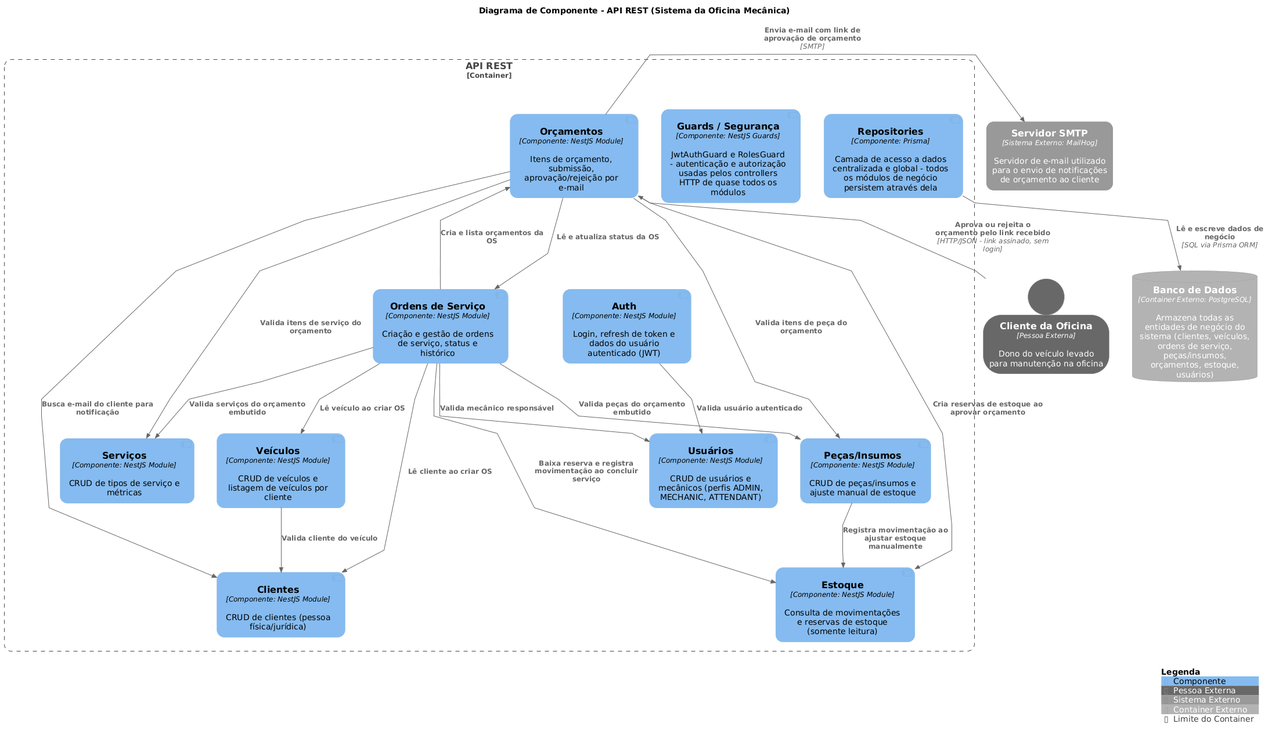
Earlier version of the PlantUML export docs/c4/images/c4-component.png (FIAP-15SOAT/oficina-mecanica-app).
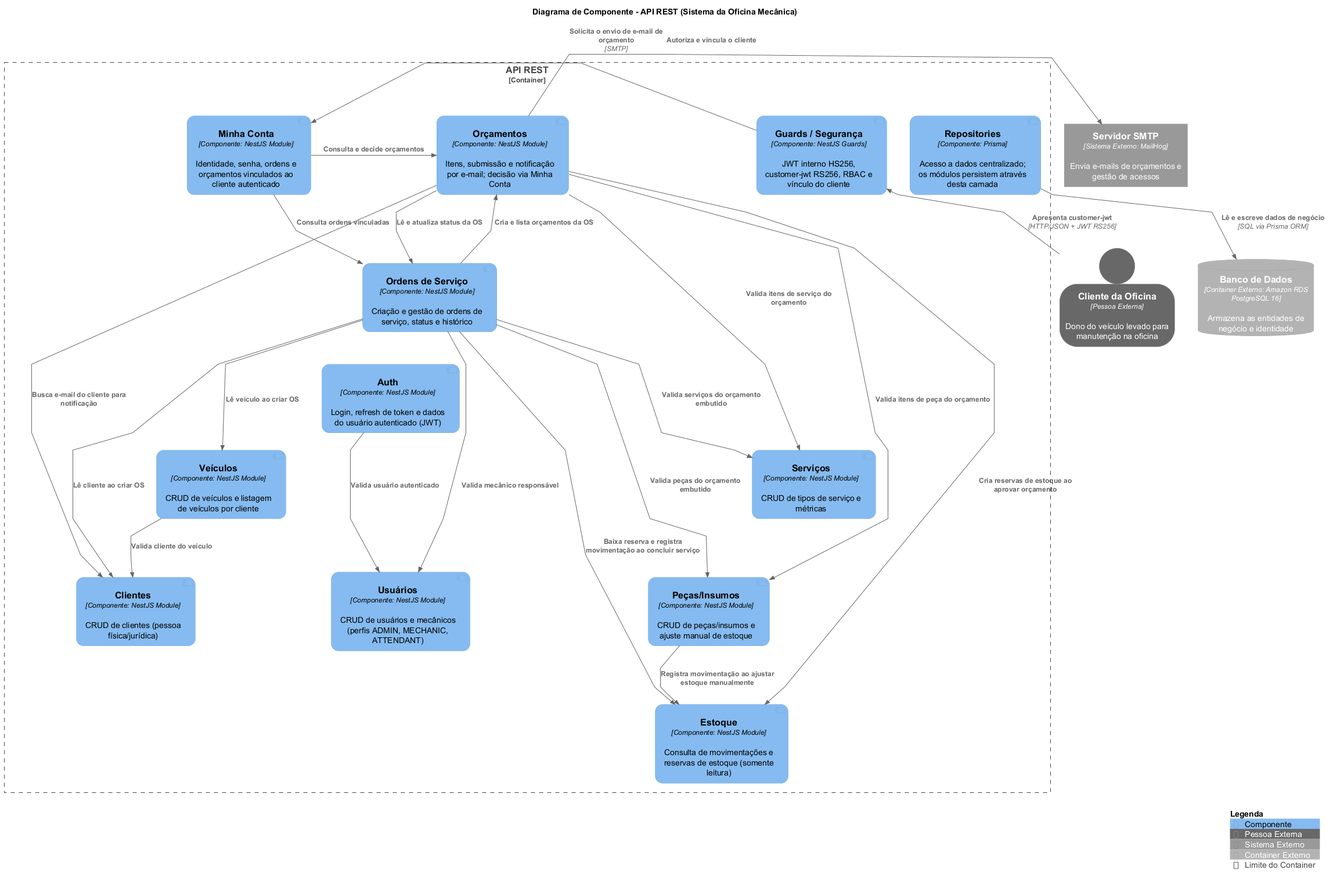
The same diagram one commit later.

The edit, as a diff of the source:
```diff
@@ -1,5 +1,5 @@
 @startuml c4-component
-!include lib/C4-PlantUML/C4_Component.puml
+!includeurl https://raw.githubusercontent.com/plantuml-stdlib/C4-PlantUML/v2.14.0/C4_Component.puml
 
 !$LEGEND_TITLE_TEXT = "Legenda"
 UpdateElementStyle("component", $legendText="Componente")
@@ -26,7 +26,6 @@
 title Diagrama de Componente - API REST (Sistema da Oficina Mecânica)
 
 Person_Ext(cliente, "Cliente da Oficina", "Dono do veículo levado para manutenção na oficina")
-
 Container_Boundary(api, "API REST") {
     Component(auth, "Auth", "NestJS Module", "Login, refresh de token e dados do usuário autenticado (JWT)", $baseShape="component")
     Component(user, "Usuários", "NestJS Module", "CRUD de usuários e mecânicos (perfis ADMIN, MECHANIC, ATTENDANT)", $baseShape="component")
@@ -35,22 +34,21 @@
     Component(service, "Serviços", "NestJS Module", "CRUD de tipos de serviço e métricas", $baseShape="component")
     Component(partSupply, "Peças/Insumos", "NestJS Module", "CRUD de peças/insumos e ajuste manual de estoque", $baseShape="component")
     Component(workOrder, "Ordens de Serviço", "NestJS Module", "Criação e gestão de ordens de serviço, status e histórico", $baseShape="component")
-    Component(quote, "Orçamentos", "NestJS Module", "Itens de orçamento, submissão, aprovação/rejeição por e-mail", $baseShape="component")
+    Component(quote, "Orçamentos", "NestJS Module", "Itens, submissão e notificação por e-mail; decisão via Minha Conta", $baseShape="component")
     Component(stock, "Estoque", "NestJS Module", "Consulta de movimentações e reservas de estoque (somente leitura)", $baseShape="component")
+    Component(me, "Minha Conta", "NestJS Module", "Identidade, senha, ordens e orçamentos vinculados ao cliente autenticado", $baseShape="component")
+    Component(guards, "Guards / Segurança", "NestJS Guards", "JWT interno HS256, customer-jwt RS256, RBAC e vínculo do cliente", $baseShape="component")
+    Component(repositories, "Repositories", "Prisma", "Acesso a dados centralizado; os módulos persistem através desta camada", $baseShape="component")
+}
+ContainerDb_Ext(postgres, "Banco de Dados", "Amazon RDS PostgreSQL 16", "Armazena as entidades de negócio e identidade")
+System_Ext(smtp, "Servidor SMTP", "Envia e-mails de orçamentos e gestão de acessos", $type="MailHog")
 
-    Component(guards, "Guards / Segurança", "NestJS Guards", "JwtAuthGuard e RolesGuard - autenticação e autorização usadas pelos controllers HTTP de quase todos os módulos", $baseShape="component")
-    Component(repositories, "Repositories", "Prisma", "Camada de acesso a dados centralizada e global - todos os módulos de negócio persistem através dela", $baseShape="component")
-}
-
-ContainerDb_Ext(postgres, "Banco de Dados", "PostgreSQL", "Armazena todas as entidades de negócio do sistema (clientes, veículos, ordens de serviço, peças/insumos, orçamentos, estoque, usuários)")
-System_Ext(smtp, "Servidor SMTP", "Servidor de e-mail utilizado para o envio de notificações de orçamento ao cliente", $type="MailHog")
-
-Rel_U(cliente, quote, "Aprova ou rejeita o orçamento pelo link recebido", "HTTP/JSON - link assinado, sem login")
-
+Rel_U(cliente, guards, "Apresenta customer-jwt", "HTTP/JSON + JWT RS256")
+Rel_L(guards, me, "Autoriza e vincula o cliente")
+Rel_D(me, workOrder, "Consulta ordens vinculadas")
+Rel_R(me, quote, "Consulta e decide orçamentos")
 Rel(auth, user, "Valida usuário autenticado")
-
 Rel(vehicle, customer, "Valida cliente do veículo")
-
 Rel(workOrder, customer, "Lê cliente ao criar OS")
 Rel(workOrder, vehicle, "Lê veículo ao criar OS")
 Rel(workOrder, user, "Valida mecânico responsável")
@@ -58,18 +56,25 @@
 Rel(workOrder, partSupply, "Valida peças do orçamento embutido")
 Rel(workOrder, quote, "Cria e lista orçamentos da OS")
 Rel(workOrder, stock, "Baixa reserva e registra movimentação ao concluir serviço")
-
 Rel(quote, workOrder, "Lê e atualiza status da OS")
 Rel(quote, service, "Valida itens de serviço do orçamento")
 Rel(quote, partSupply, "Valida itens de peça do orçamento")
 Rel(quote, customer, "Busca e-mail do cliente para notificação")
 Rel(quote, stock, "Cria reservas de estoque ao aprovar orçamento")
-
 Rel(partSupply, stock, "Registra movimentação ao ajustar estoque manualmente")
-
-Rel_R(quote, smtp, "Envia e-mail com link de aprovação de orçamento", "SMTP")
-
+Rel_R(quote, smtp, "Solicita o envio de e-mail de orçamento", "SMTP")
 Rel_D(repositories, postgres, "Lê e escreve dados de negócio", "SQL via Prisma ORM")
 
+Lay_R(me, quote)
+Lay_R(quote, guards)
+Lay_R(guards, repositories)
+Lay_D(quote, workOrder)
+Lay_R(workOrder, auth)
+Lay_D(workOrder, vehicle)
+Lay_L(vehicle, service)
+Lay_R(vehicle, customer)
+Lay_R(customer, user)
+Lay_R(user, partSupply)
+Lay_D(partSupply, stock)
 SHOW_LEGEND()
 @enduml
```
